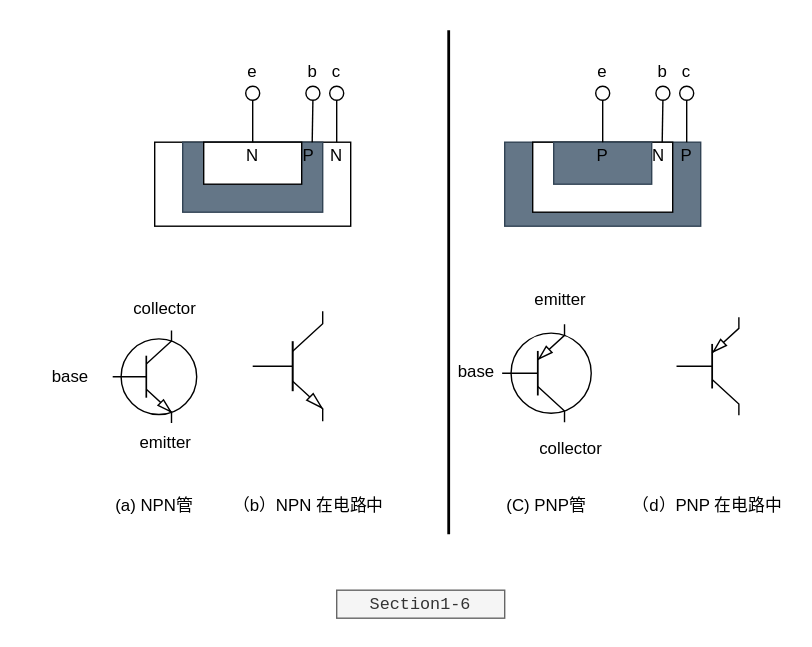
web1992/read keeps this draw.io diagram as hardware/新概念模拟电路-1-晶体管/images/新概念模拟电路-1-section-1-6.drawio.svg. Above is the earlier version. Source tidied: cells renumbered, new cells last; positions are measured from the earlier drawing's top-left corner, leaving out a move shared by most shapes.
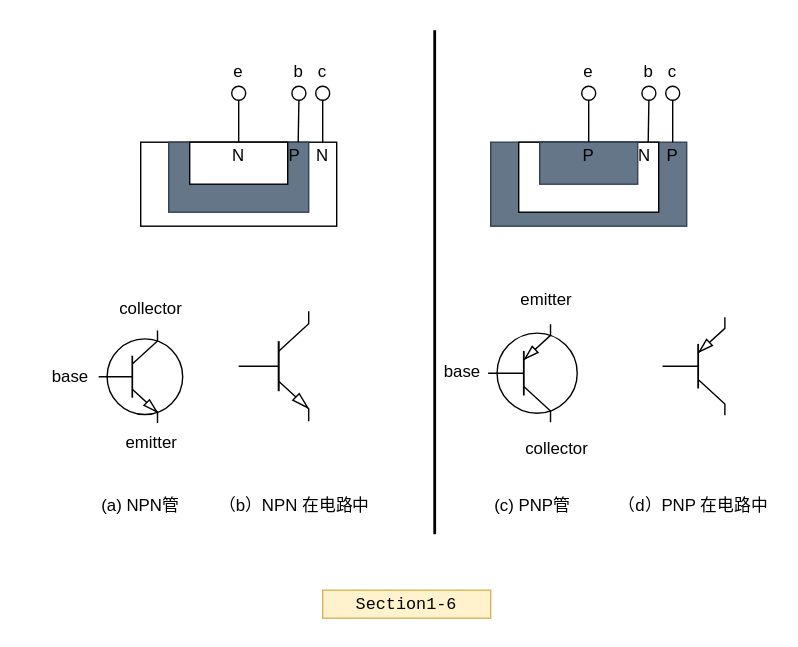
After the change.

Diff of the diagram source:
```diff
@@ -120,7 +120,7 @@
       <mxGeometry x="70" y="189.5" width="55" height="18" as="geometry" />
     </mxCell>
     <mxCell id="40" value="base" style="text;html=1;strokeColor=none;fillColor=none;align=center;verticalAlign=middle;whiteSpace=wrap;rounded=0;" parent="1" vertex="1">
-      <mxGeometry y="240" width="60" height="15" as="geometry" />
+      <mxGeometry x="10" y="240" width="60" height="15" as="geometry" />
     </mxCell>
     <mxCell id="41" value="emitter" style="text;html=1;strokeColor=none;fillColor=none;align=center;verticalAlign=middle;whiteSpace=wrap;rounded=0;" parent="1" vertex="1">
       <mxGeometry x="67.5" y="287.5" width="60" height="15" as="geometry" />
@@ -131,7 +131,7 @@
     <mxCell id="43" value="（b）NPN 在电路中" style="text;html=1;strokeColor=none;fillColor=none;align=center;verticalAlign=middle;whiteSpace=wrap;rounded=0;" parent="1" vertex="1">
       <mxGeometry x="145" y="330" width="110" height="20" as="geometry" />
     </mxCell>
-    <mxCell id="44" value="(C) PNP管" style="text;html=1;strokeColor=none;fillColor=none;align=center;verticalAlign=middle;whiteSpace=wrap;rounded=0;" parent="1" vertex="1">
+    <mxCell id="44" value="(c) PNP管" style="text;html=1;strokeColor=none;fillColor=none;align=center;verticalAlign=middle;whiteSpace=wrap;rounded=0;" parent="1" vertex="1">
       <mxGeometry x="340" y="330" width="60" height="20" as="geometry" />
     </mxCell>
     <mxCell id="45" value="（d）PNP 在电路中" style="text;html=1;strokeColor=none;fillColor=none;align=center;verticalAlign=middle;whiteSpace=wrap;rounded=0;" parent="1" vertex="1">
@@ -146,7 +146,7 @@
     <mxCell id="48" value="collector" style="text;html=1;strokeColor=none;fillColor=none;align=center;verticalAlign=middle;whiteSpace=wrap;rounded=0;" parent="1" vertex="1">
       <mxGeometry x="360" y="289.5" width="55" height="18" as="geometry" />
     </mxCell>
-    <mxCell id="49" value="&lt;div style=&quot;font-family: Menlo, Monaco, &amp;quot;Courier New&amp;quot;, monospace; line-height: 18px;&quot;&gt;Section1-6&lt;/div&gt;" style="text;html=1;strokeColor=#666666;fillColor=#f5f5f5;align=center;verticalAlign=middle;whiteSpace=wrap;rounded=0;fontColor=#333333;labelBackgroundColor=none;" parent="1" vertex="1">
+    <mxCell id="49" value="&lt;div style=&quot;font-family: Menlo, Monaco, &amp;quot;Courier New&amp;quot;, monospace; line-height: 18px;&quot;&gt;Section1-6&lt;/div&gt;" style="text;html=1;strokeColor=#d6b656;fillColor=#fff2cc;align=center;verticalAlign=middle;whiteSpace=wrap;rounded=0;labelBackgroundColor=none;" parent="1" vertex="1">
       <mxGeometry x="220" y="400" width="120" height="20" as="geometry" />
     </mxCell>
   </root>
```
